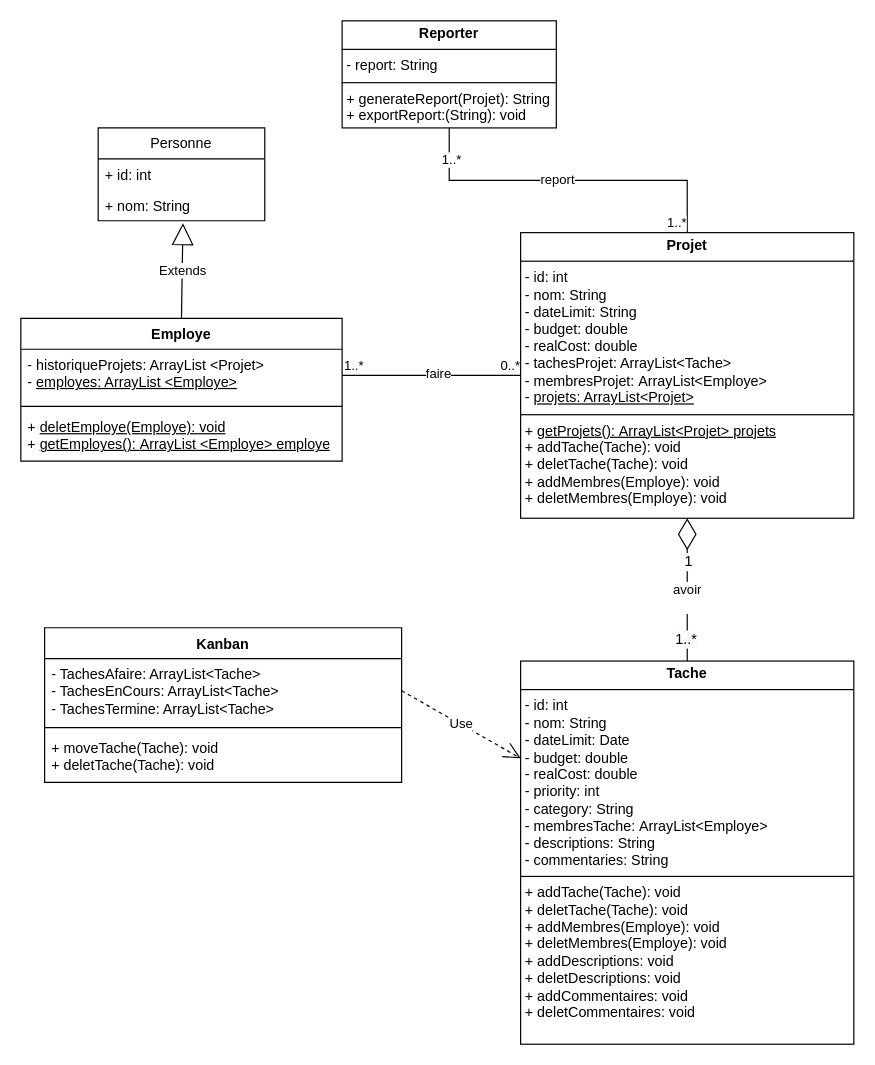
petitlang/gestionTachesCollaboratives keeps this draw.io diagram as ProjetJAVA2425_Mouzheng_Yuefan_Lianghong.drawio. Above is the earlier version. Source tidied: cells renumbered, new cells numbered last; positions are measured from the earlier drawing's top-left corner, leaving out a move shared by most shapes. Both pictures are drawn from the tidied source at 119%, with x=0, y=0 at pixel (20, 20).
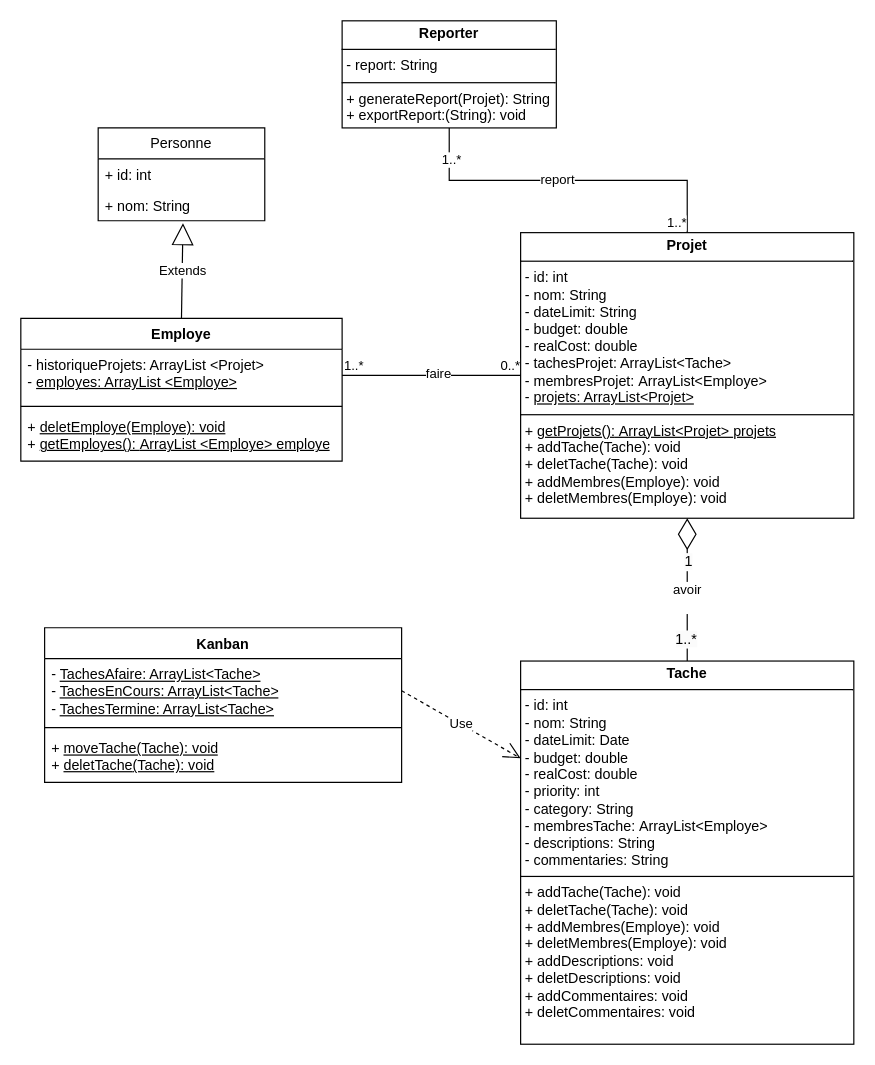
The same diagram, later.

The change refers to these unchanged cells:
```xml
<mxCell id="12" value="Kanban" style="swimlane;fontStyle=1;align=center;verticalAlign=top;horizontal=1;startSize=26;whiteSpace=wrap;html=1;" parent="1" vertex="1">
  <mxGeometry x="20" y="510" width="300" height="130" as="geometry" />
</mxCell>
```

What changed in the source:
```diff
@@
-    <mxCell id="13" value="- TachesAfaire: ArrayList&amp;lt;Tache&amp;gt;&lt;div&gt;- TachesEnCours: ArrayList&amp;lt;Tache&amp;gt;&lt;/div&gt;&lt;div&gt;- TachesTermine: ArrayList&amp;lt;Tache&amp;gt;&lt;/div&gt;" style="text;strokeColor=none;fillColor=none;align=left;verticalAlign=top;spacingLeft=4;spacingRight=4;overflow=hidden;points=[[0,0.5],[1,0.5]];portConstraint=eastwest;whiteSpace=wrap;html=1;" parent="12" vertex="1">
+    <mxCell id="13" value="- &lt;u&gt;TachesAfaire: ArrayList&amp;lt;Tache&amp;gt;&lt;/u&gt;&lt;div&gt;- &lt;u&gt;TachesEnCours: ArrayList&amp;lt;Tache&amp;gt;&lt;/u&gt;&lt;/div&gt;&lt;div&gt;- &lt;u&gt;TachesTermine: ArrayList&amp;lt;Tache&amp;gt;&lt;/u&gt;&lt;/div&gt;" style="text;strokeColor=none;fillColor=none;align=left;verticalAlign=top;spacingLeft=4;spacingRight=4;overflow=hidden;points=[[0,0.5],[1,0.5]];portConstraint=eastwest;whiteSpace=wrap;html=1;" parent="12" vertex="1">
       <mxGeometry y="26" width="300" height="54" as="geometry" />
     </mxCell>
@@
-    <mxCell id="15" value="+ moveTache(Tache): void&lt;div&gt;+ deletTache&lt;span style=&quot;background-color: transparent;&quot;&gt;(Tache): void&lt;/span&gt;&lt;/div&gt;" style="text;strokeColor=none;fillColor=none;align=left;verticalAlign=top;spacingLeft=4;spacingRight=4;overflow=hidden;whiteSpace=wrap;html=1;" parent="12" vertex="1">
+    <mxCell id="15" value="+ &lt;u&gt;moveTache(Tache): void&lt;/u&gt;&lt;div&gt;+ &lt;u&gt;deletTache&lt;span style=&quot;background-color: transparent;&quot;&gt;(Tache): void&lt;/span&gt;&lt;/u&gt;&lt;/div&gt;" style="text;strokeColor=none;fillColor=none;align=left;verticalAlign=top;spacingLeft=4;spacingRight=4;overflow=hidden;whiteSpace=wrap;html=1;" parent="12" vertex="1">
       <mxGeometry y="88" width="300" height="42" as="geometry" />
     </mxCell>
```
